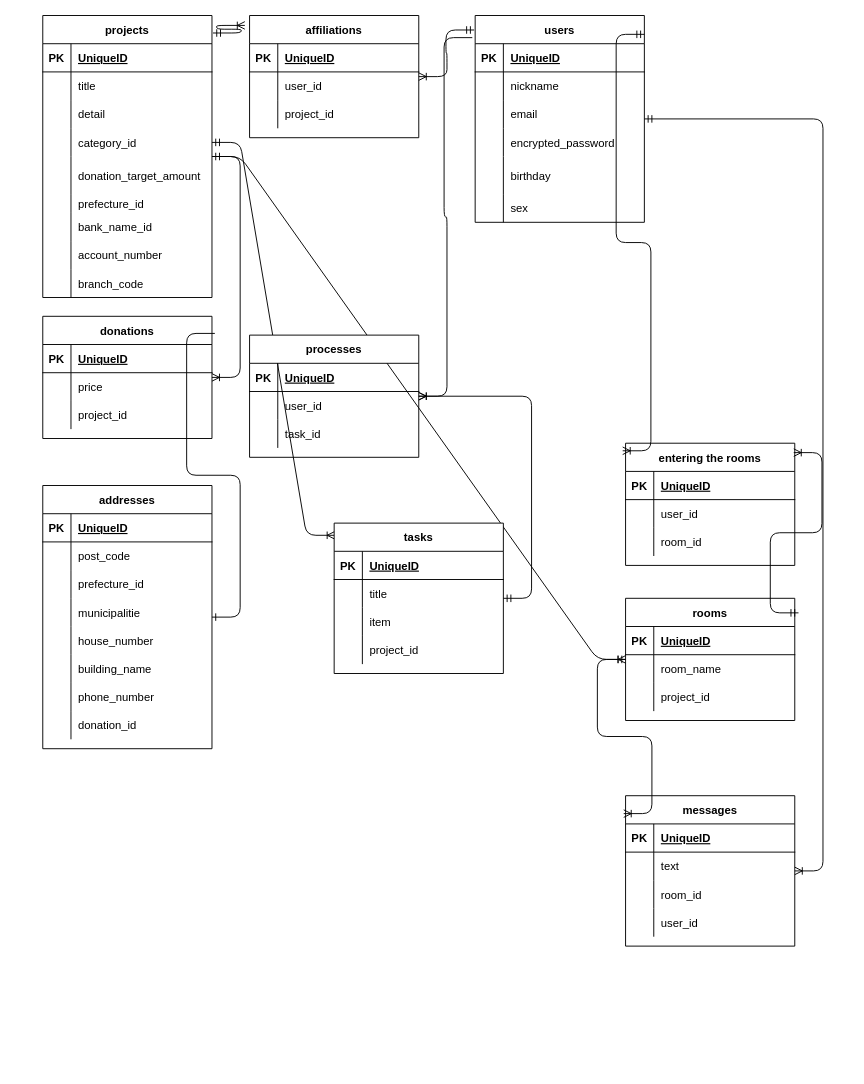
Above: er.dio in akioGitHub/project-app (draw.io), before the change. Source tidied: cells renumbered, new cells numbered last; positions are measured from the earlier drawing's top-left corner, leaving out a move shared by most shapes. Both pictures are drawn from the tidied source at 94%, with x=0, y=0 at pixel (42, 15).
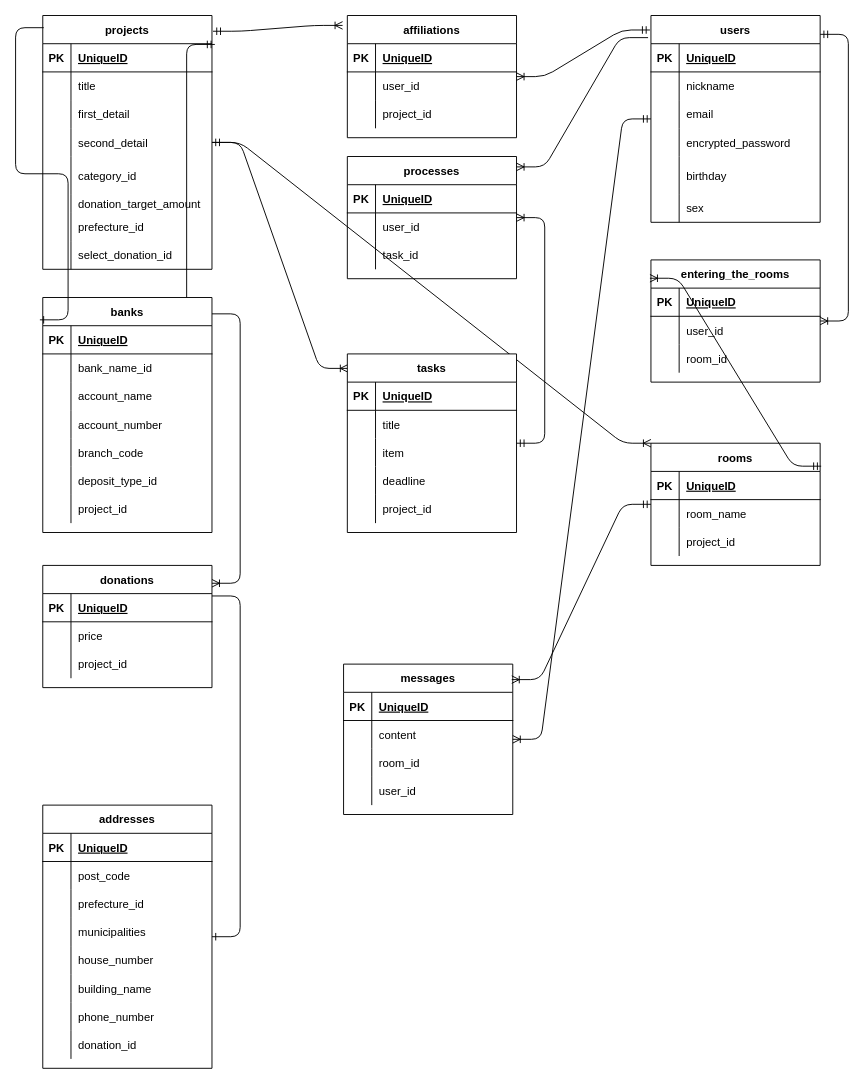
Above is the later version.

The change refers to these unchanged cells:
```xml
<mxCell id="9" style="shape=partialRectangle;fillColor=none;top=0;left=0;bottom=0;right=0;" parent="2" vertex="1">
  <mxGeometry y="90" width="180" height="30" as="geometry" />
</mxCell>
<mxCell id="12" style="shape=partialRectangle;fillColor=none;top=0;left=0;bottom=0;right=0;points=[[0,0.5],[1,0.5]];portConstraint=eastwest;" parent="2" vertex="1">
  <mxGeometry y="120" width="180" height="30" as="geometry" />
</mxCell>
<mxCell id="15" style="shape=partialRectangle;fillColor=none;top=0;left=0;bottom=0;right=0;" parent="2" vertex="1">
  <mxGeometry y="150" width="180" height="40" as="geometry" />
</mxCell>
<mxCell id="18" style="shape=partialRectangle;fillColor=none;top=0;left=0;bottom=0;right=0;" parent="2" vertex="1">
  <mxGeometry y="190" width="180" height="20" as="geometry" />
</mxCell>
<mxCell id="24" style="shape=partialRectangle;fillColor=none;top=0;left=0;bottom=0;right=0;" parent="2" vertex="1">
  <mxGeometry y="240" width="180" height="30" as="geometry" />
</mxCell>
<mxCell id="69" style="shape=partialRectangle;fillColor=none;top=0;left=0;bottom=0;right=0;" parent="59" vertex="1">
  <mxGeometry y="120" width="180" height="30" as="geometry" />
</mxCell>
<mxCell id="88" style="shape=partialRectangle;fillColor=none;top=0;left=0;bottom=0;right=0;" parent="84" vertex="1">
  <mxGeometry y="60" width="180" height="30" as="geometry" />
</mxCell>
<mxCell id="132" style="shape=partialRectangle;fillColor=none;top=0;left=0;bottom=0;right=0;" parent="122" vertex="1">
  <mxGeometry y="120" width="180" height="30" as="geometry" />
</mxCell>
```

Change to the diagram source:
```diff
@@
     <mxCell id="2" value="projects" style="shape=table;startSize=30;childLayout=tableLayout;rowLines=0;fontStyle=1;align=center;" parent="1" vertex="1">
-      <mxGeometry width="180" height="300" as="geometry" />
+      <mxGeometry width="180" height="270" as="geometry" />
     </mxCell>
@@
-    <mxCell id="11" value="detail" style="shape=partialRectangle;fillColor=none;top=0;left=0;bottom=0;right=0;align=left;spacingLeft=6;overflow=hidden;" parent="9" vertex="1">
+    <mxCell id="11" value="first_detail" style="shape=partialRectangle;fillColor=none;top=0;left=0;bottom=0;right=0;align=left;spacingLeft=6;overflow=hidden;" parent="9" vertex="1">
       <mxGeometry x="30" width="150" height="30" as="geometry" />
     </mxCell>
@@
-    <mxCell id="14" value="category_id " style="shape=partialRectangle;fillColor=none;top=0;left=0;bottom=0;right=0;align=left;spacingLeft=6;overflow=hidden;" parent="12" vertex="1">
+    <mxCell id="14" value="second_detail" style="shape=partialRectangle;fillColor=none;top=0;left=0;bottom=0;right=0;align=left;spacingLeft=6;overflow=hidden;" parent="12" vertex="1">
       <mxGeometry x="30" width="150" height="30" as="geometry" />
     </mxCell>
@@
-    <mxCell id="17" value="donation_target_amount " style="shape=partialRectangle;fillColor=none;top=0;left=0;bottom=0;right=0;align=left;spacingLeft=6;overflow=hidden;" parent="15" vertex="1">
+    <mxCell id="17" value="category_id " style="shape=partialRectangle;fillColor=none;top=0;left=0;bottom=0;right=0;align=left;spacingLeft=6;overflow=hidden;" parent="15" vertex="1">
       <mxGeometry x="30" width="150" height="40" as="geometry" />
     </mxCell>
@@
-    <mxCell id="20" value="prefecture_id" style="shape=partialRectangle;fillColor=none;top=0;left=0;bottom=0;right=0;align=left;spacingLeft=6;overflow=hidden;" parent="18" vertex="1">
+    <mxCell id="20" value="donation_target_amount " style="shape=partialRectangle;fillColor=none;top=0;left=0;bottom=0;right=0;align=left;spacingLeft=6;overflow=hidden;" parent="18" vertex="1">
       <mxGeometry x="30" width="150" height="20" as="geometry" />
     </mxCell>
-    <mxCell id="21" style="shape=partialRectangle;fillColor=none;top=0;left=0;bottom=0;right=0;" parent="2" vertex="1">
-      <mxGeometry y="210" width="180" height="30" as="geometry" />
-    </mxCell>
-    <mxCell id="22" style="shape=partialRectangle;fillColor=none;top=0;left=0;bottom=0;right=0;overflow=hidden;" parent="21" vertex="1">
-      <mxGeometry width="30" height="30" as="geometry" />
-    </mxCell>
-    <mxCell id="23" value="bank_name_id" style="shape=partialRectangle;fillColor=none;top=0;left=0;bottom=0;right=0;align=left;spacingLeft=6;overflow=hidden;" parent="21" vertex="1">
-      <mxGeometry x="30" width="150" height="30" as="geometry" />
-    </mxCell>
+    <mxCell id="162" style="shape=partialRectangle;fillColor=none;top=0;left=0;bottom=0;right=0;" parent="2" vertex="1">
+      <mxGeometry y="210" width="180" height="30" as="geometry" />
+    </mxCell>
+    <mxCell id="163" style="shape=partialRectangle;fillColor=none;top=0;left=0;bottom=0;right=0;overflow=hidden;" parent="162" vertex="1">
+      <mxGeometry width="30" height="30" as="geometry" />
+    </mxCell>
+    <mxCell id="164" value="prefecture_id" style="shape=partialRectangle;fillColor=none;top=0;left=0;bottom=0;right=0;align=left;spacingLeft=6;overflow=hidden;" parent="162" vertex="1">
+      <mxGeometry x="30" width="150" height="30" as="geometry" />
+    </mxCell>
@@
-    <mxCell id="25" style="shape=partialRectangle;fillColor=none;top=0;left=0;bottom=0;right=0;overflow=hidden;" parent="24" vertex="1">
-      <mxGeometry width="30" height="30" as="geometry" />
-    </mxCell>
-    <mxCell id="26" value="account_number" style="shape=partialRectangle;fillColor=none;top=0;left=0;bottom=0;right=0;align=left;spacingLeft=6;overflow=hidden;" parent="24" vertex="1">
-      <mxGeometry x="30" width="150" height="30" as="geometry" />
-    </mxCell>
-    <mxCell id="27" style="shape=partialRectangle;fillColor=none;top=0;left=0;bottom=0;right=0;" parent="2" vertex="1">
-      <mxGeometry y="270" width="180" height="30" as="geometry" />
-    </mxCell>
-    <mxCell id="28" style="shape=partialRectangle;fillColor=none;top=0;left=0;bottom=0;right=0;overflow=hidden;" parent="27" vertex="1">
-      <mxGeometry width="30" height="30" as="geometry" />
-    </mxCell>
-    <mxCell id="29" value="branch_code" style="shape=partialRectangle;fillColor=none;top=0;left=0;bottom=0;right=0;align=left;spacingLeft=6;overflow=hidden;" parent="27" vertex="1">
-      <mxGeometry x="30" width="150" height="30" as="geometry" />
-    </mxCell>
+    <mxCell id="165" style="shape=partialRectangle;fillColor=none;top=0;left=0;bottom=0;right=0;overflow=hidden;" parent="24" vertex="1">
+      <mxGeometry width="30" height="30" as="geometry" />
+    </mxCell>
+    <mxCell id="166" value="select_donation_id" style="shape=partialRectangle;fillColor=none;top=0;left=0;bottom=0;right=0;align=left;spacingLeft=6;overflow=hidden;" parent="24" vertex="1">
+      <mxGeometry x="30" width="150" height="30" as="geometry" />
+    </mxCell>
     <mxCell id="30" value="users" style="shape=table;startSize=30;childLayout=tableLayout;rowLines=0;fontStyle=1;align=center;" parent="1" vertex="1">
-      <mxGeometry x="460" width="180" height="220" as="geometry" />
+      <mxGeometry x="647" width="180" height="220" as="geometry" />
     </mxCell>
@@
     <mxCell id="49" value="donations" style="shape=table;startSize=30;childLayout=tableLayout;rowLines=0;fontStyle=1;align=center;" parent="1" vertex="1">
-      <mxGeometry y="320" width="180" height="130" as="geometry" />
+      <mxGeometry y="585" width="180" height="130" as="geometry" />
     </mxCell>
@@
     <mxCell id="59" value="addresses" style="shape=table;startSize=30;childLayout=tableLayout;rowLines=0;fontStyle=1;align=center;" parent="1" vertex="1">
-      <mxGeometry y="500" width="180" height="280" as="geometry" />
+      <mxGeometry y="840" width="180" height="280" as="geometry" />
     </mxCell>
@@
-    <mxCell id="71" value="municipalitie" style="shape=partialRectangle;fillColor=none;top=0;left=0;bottom=0;right=0;align=left;spacingLeft=6;overflow=hidden;" parent="69" vertex="1">
+    <mxCell id="71" value="municipalities" style="shape=partialRectangle;fillColor=none;top=0;left=0;bottom=0;right=0;align=left;spacingLeft=6;overflow=hidden;" parent="69" vertex="1">
       <mxGeometry x="30" width="150" height="30" as="geometry" />
     </mxCell>
@@
     <mxCell id="84" value="messages" style="shape=table;startSize=30;childLayout=tableLayout;rowLines=0;fontStyle=1;align=center;" parent="1" vertex="1">
-      <mxGeometry x="620" y="830" width="180" height="160" as="geometry" />
+      <mxGeometry x="320" y="690" width="180" height="160" as="geometry" />
     </mxCell>
@@
-    <mxCell id="90" value="text" style="shape=partialRectangle;fillColor=none;top=0;left=0;bottom=0;right=0;align=left;spacingLeft=6;overflow=hidden;" parent="88" vertex="1">
+    <mxCell id="90" value="content" style="shape=partialRectangle;fillColor=none;top=0;left=0;bottom=0;right=0;align=left;spacingLeft=6;overflow=hidden;" parent="88" vertex="1">
       <mxGeometry x="30" width="150" height="30" as="geometry" />
     </mxCell>
@@
     <mxCell id="97" value="rooms" style="shape=table;startSize=30;childLayout=tableLayout;rowLines=0;fontStyle=1;align=center;" parent="1" vertex="1">
-      <mxGeometry x="620" y="620" width="180" height="130" as="geometry" />
+      <mxGeometry x="647" y="455" width="180" height="130" as="geometry" />
     </mxCell>
@@
-    <mxCell id="108" style="edgeStyle=entityRelationEdgeStyle;fontSize=12;html=1;endArrow=ERoneToMany;startArrow=ERmandOne;entryX=-0.011;entryY=0.119;entryDx=0;entryDy=0;entryPerimeter=0;" parent="1" edge="1" source="97" target="84">
+    <mxCell id="108" style="edgeStyle=entityRelationEdgeStyle;fontSize=12;html=1;endArrow=ERoneToMany;startArrow=ERmandOne;entryX=0.994;entryY=0.103;entryDx=0;entryDy=0;entryPerimeter=0;" parent="1" edge="1" source="97" target="84">
       <mxGeometry relative="1" as="geometry" />
     </mxCell>
-    <mxCell id="109" style="edgeStyle=entityRelationEdgeStyle;fontSize=12;html=1;endArrow=ERoneToMany;startArrow=none;" parent="1" edge="1" source="2" target="97">
+    <mxCell id="109" style="edgeStyle=entityRelationEdgeStyle;fontSize=12;html=1;endArrow=ERoneToMany;startArrow=none;entryX=0;entryY=0;entryDx=0;entryDy=0;" parent="1" edge="1" source="2" target="97">
       <mxGeometry relative="1" as="geometry" />
     </mxCell>
-    <mxCell id="110" style="edgeStyle=entityRelationEdgeStyle;fontSize=12;html=1;endArrow=ERoneToMany;startArrow=ERmandOne;" parent="1" edge="1" source="2" target="49">
+    <mxCell id="110" style="edgeStyle=entityRelationEdgeStyle;fontSize=12;html=1;endArrow=ERoneToMany;startArrow=ERmandOne;entryX=1;entryY=0.146;entryDx=0;entryDy=0;entryPerimeter=0;exitX=1.017;exitY=0.114;exitDx=0;exitDy=0;exitPerimeter=0;" parent="1" edge="1" source="2" target="49">
       <mxGeometry relative="1" as="geometry" />
     </mxCell>
-    <mxCell id="111" style="edgeStyle=entityRelationEdgeStyle;fontSize=12;html=1;endArrow=ERone;endFill=1;exitX=1.017;exitY=0.14;exitDx=0;exitDy=0;exitPerimeter=0;" parent="1" edge="1" source="49" target="59">
+    <mxCell id="111" style="edgeStyle=entityRelationEdgeStyle;fontSize=12;html=1;endArrow=ERone;endFill=1;exitX=1;exitY=0.25;exitDx=0;exitDy=0;" parent="1" edge="1" source="49" target="59">
       <mxGeometry relative="1" as="geometry" />
     </mxCell>
     <mxCell id="112" value="affiliations" style="shape=table;startSize=30;childLayout=tableLayout;rowLines=0;fontStyle=1;align=center;" parent="1" vertex="1">
-      <mxGeometry x="220" width="180" height="130" as="geometry" />
+      <mxGeometry x="324" width="180" height="130" as="geometry" />
     </mxCell>
@@
     <mxCell id="122" value="tasks" style="shape=table;startSize=30;childLayout=tableLayout;rowLines=0;fontStyle=1;align=center;" parent="1" vertex="1">
-      <mxGeometry x="310" y="540" width="180" height="160" as="geometry" />
+      <mxGeometry x="324" y="360" width="180" height="190" as="geometry" />
     </mxCell>
@@
-    <mxCell id="134" value="project_id" style="shape=partialRectangle;fillColor=none;top=0;left=0;bottom=0;right=0;align=left;spacingLeft=6;overflow=hidden;" parent="132" vertex="1">
+    <mxCell id="134" value="deadline" style="shape=partialRectangle;fillColor=none;top=0;left=0;bottom=0;right=0;align=left;spacingLeft=6;overflow=hidden;" parent="132" vertex="1">
       <mxGeometry x="30" width="150" height="30" as="geometry" />
     </mxCell>
+    <mxCell id="167" style="shape=partialRectangle;fillColor=none;top=0;left=0;bottom=0;right=0;" parent="122" vertex="1">
+      <mxGeometry y="150" width="180" height="30" as="geometry" />
+    </mxCell>
+    <mxCell id="168" style="shape=partialRectangle;fillColor=none;top=0;left=0;bottom=0;right=0;overflow=hidden;" parent="167" vertex="1">
+      <mxGeometry width="30" height="30" as="geometry" />
+    </mxCell>
+    <mxCell id="169" value="project_id" style="shape=partialRectangle;fillColor=none;top=0;left=0;bottom=0;right=0;align=left;spacingLeft=6;overflow=hidden;" parent="167" vertex="1">
+      <mxGeometry x="30" width="150" height="30" as="geometry" />
+    </mxCell>
@@
-    <mxCell id="137" value="entering the rooms" style="shape=table;startSize=30;childLayout=tableLayout;rowLines=0;fontStyle=1;align=center;" parent="1" vertex="1">
-      <mxGeometry x="620" y="455" width="180" height="130" as="geometry" />
+    <mxCell id="137" value="entering_the_rooms" style="shape=table;startSize=30;childLayout=tableLayout;rowLines=0;fontStyle=1;align=center;" parent="1" vertex="1">
+      <mxGeometry x="647" y="260" width="180" height="130" as="geometry" />
     </mxCell>
@@
-    <mxCell id="147" style="edgeStyle=entityRelationEdgeStyle;fontSize=12;html=1;endArrow=ERoneToMany;startArrow=ERmandOne;entryX=0.994;entryY=0.077;entryDx=0;entryDy=0;entryPerimeter=0;exitX=1.022;exitY=0.119;exitDx=0;exitDy=0;exitPerimeter=0;" parent="1" edge="1" source="97" target="137">
+    <mxCell id="147" style="edgeStyle=entityRelationEdgeStyle;fontSize=12;html=1;endArrow=ERoneToMany;startArrow=ERmandOne;exitX=1.006;exitY=0.188;exitDx=0;exitDy=0;exitPerimeter=0;entryX=-0.006;entryY=0.15;entryDx=0;entryDy=0;entryPerimeter=0;" parent="1" edge="1" source="97" target="137">
       <mxGeometry relative="1" as="geometry" />
     </mxCell>
-    <mxCell id="148" style="edgeStyle=entityRelationEdgeStyle;fontSize=12;html=1;endArrow=ERoneToMany;startArrow=ERmandOne;entryX=-0.017;entryY=0.062;entryDx=0;entryDy=0;entryPerimeter=0;exitX=1;exitY=0.091;exitDx=0;exitDy=0;exitPerimeter=0;" parent="1" edge="1" source="30" target="137">
+    <mxCell id="148" style="edgeStyle=entityRelationEdgeStyle;fontSize=12;html=1;endArrow=ERoneToMany;startArrow=ERmandOne;exitX=1;exitY=0.091;exitDx=0;exitDy=0;exitPerimeter=0;" parent="1" edge="1" source="30" target="137">
       <mxGeometry relative="1" as="geometry" />
     </mxCell>
     <mxCell id="149" value="processes" style="shape=table;startSize=30;childLayout=tableLayout;rowLines=0;fontStyle=1;align=center;" parent="1" vertex="1">
-      <mxGeometry x="220" y="340" width="180" height="130" as="geometry" />
+      <mxGeometry x="324" y="150" width="180" height="130" as="geometry" />
     </mxCell>
@@
-    <mxCell id="160" style="edgeStyle=entityRelationEdgeStyle;fontSize=12;html=1;endArrow=ERoneToMany;exitX=-0.017;exitY=0.107;exitDx=0;exitDy=0;exitPerimeter=0;" parent="1" edge="1" source="30" target="149">
+    <mxCell id="160" style="edgeStyle=entityRelationEdgeStyle;fontSize=12;html=1;endArrow=ERoneToMany;exitX=-0.017;exitY=0.107;exitDx=0;exitDy=0;exitPerimeter=0;entryX=1;entryY=0.085;entryDx=0;entryDy=0;entryPerimeter=0;" parent="1" edge="1" source="30" target="149">
       <mxGeometry relative="1" as="geometry" />
     </mxCell>
@@
+    <mxCell id="170" value="banks" style="shape=table;startSize=30;childLayout=tableLayout;rowLines=0;fontStyle=1;align=center;" parent="1" vertex="1">
+      <mxGeometry y="300" width="180" height="250" as="geometry" />
+    </mxCell>
+    <mxCell id="171" style="shape=partialRectangle;fillColor=none;top=0;left=0;bottom=1;right=0;" parent="170" vertex="1">
+      <mxGeometry y="30" width="180" height="30" as="geometry" />
+    </mxCell>
+    <mxCell id="172" value="PK" style="shape=partialRectangle;fillColor=none;top=0;left=0;bottom=0;right=0;fontStyle=1;overflow=hidden;" parent="171" vertex="1">
+      <mxGeometry width="30" height="30" as="geometry" />
+    </mxCell>
+    <mxCell id="173" value="UniqueID" style="shape=partialRectangle;fillColor=none;top=0;left=0;bottom=0;right=0;align=left;spacingLeft=6;fontStyle=5;overflow=hidden;" parent="171" vertex="1">
+      <mxGeometry x="30" width="150" height="30" as="geometry" />
+    </mxCell>
+    <mxCell id="174" style="shape=partialRectangle;fillColor=none;top=0;left=0;bottom=0;right=0;" parent="170" vertex="1">
+      <mxGeometry y="60" width="180" height="30" as="geometry" />
+    </mxCell>
+    <mxCell id="175" style="shape=partialRectangle;fillColor=none;top=0;left=0;bottom=0;right=0;overflow=hidden;" parent="174" vertex="1">
+      <mxGeometry width="30" height="30" as="geometry" />
+    </mxCell>
+    <mxCell id="23" value="bank_name_id" style="shape=partialRectangle;fillColor=none;top=0;left=0;bottom=0;right=0;align=left;spacingLeft=6;overflow=hidden;" parent="174" vertex="1">
+      <mxGeometry x="30" width="150" height="30" as="geometry" />
+    </mxCell>
+    <mxCell id="176" style="shape=partialRectangle;fillColor=none;top=0;left=0;bottom=0;right=0;" parent="170" vertex="1">
+      <mxGeometry y="90" width="180" height="30" as="geometry" />
+    </mxCell>
+    <mxCell id="177" style="shape=partialRectangle;fillColor=none;top=0;left=0;bottom=0;right=0;overflow=hidden;" parent="176" vertex="1">
+      <mxGeometry width="30" height="30" as="geometry" />
+    </mxCell>
+    <mxCell id="178" value="account_name" style="shape=partialRectangle;fillColor=none;top=0;left=0;bottom=0;right=0;align=left;spacingLeft=6;overflow=hidden;" parent="176" vertex="1">
+      <mxGeometry x="30" width="150" height="30" as="geometry" />
+    </mxCell>
+    <mxCell id="179" style="shape=partialRectangle;fillColor=none;top=0;left=0;bottom=0;right=0;" parent="170" vertex="1">
+      <mxGeometry y="120" width="180" height="30" as="geometry" />
+    </mxCell>
+    <mxCell id="180" style="shape=partialRectangle;fillColor=none;top=0;left=0;bottom=0;right=0;overflow=hidden;" parent="179" vertex="1">
+      <mxGeometry width="30" height="30" as="geometry" />
+    </mxCell>
+    <mxCell id="26" value="account_number" style="shape=partialRectangle;fillColor=none;top=0;left=0;bottom=0;right=0;align=left;spacingLeft=6;overflow=hidden;" parent="179" vertex="1">
+      <mxGeometry x="30" width="150" height="30" as="geometry" />
+    </mxCell>
+    <mxCell id="181" style="shape=partialRectangle;fillColor=none;top=0;left=0;bottom=0;right=0;" parent="170" vertex="1">
+      <mxGeometry y="150" width="180" height="30" as="geometry" />
+    </mxCell>
+    <mxCell id="182" style="shape=partialRectangle;fillColor=none;top=0;left=0;bottom=0;right=0;overflow=hidden;" parent="181" vertex="1">
+      <mxGeometry width="30" height="30" as="geometry" />
+    </mxCell>
+    <mxCell id="29" value="branch_code" style="shape=partialRectangle;fillColor=none;top=0;left=0;bottom=0;right=0;align=left;spacingLeft=6;overflow=hidden;" parent="181" vertex="1">
+      <mxGeometry x="30" width="150" height="30" as="geometry" />
+    </mxCell>
+    <mxCell id="183" style="shape=partialRectangle;fillColor=none;top=0;left=0;bottom=0;right=0;" parent="170" vertex="1">
+      <mxGeometry y="180" width="180" height="30" as="geometry" />
+    </mxCell>
+    <mxCell id="184" style="shape=partialRectangle;fillColor=none;top=0;left=0;bottom=0;right=0;overflow=hidden;" parent="183" vertex="1">
+      <mxGeometry width="30" height="30" as="geometry" />
+    </mxCell>
+    <mxCell id="185" value="deposit_type_id" style="shape=partialRectangle;fillColor=none;top=0;left=0;bottom=0;right=0;align=left;spacingLeft=6;overflow=hidden;" parent="183" vertex="1">
+      <mxGeometry x="30" width="150" height="30" as="geometry" />
+    </mxCell>
+    <mxCell id="186" style="shape=partialRectangle;fillColor=none;top=0;left=0;bottom=0;right=0;" parent="170" vertex="1">
+      <mxGeometry y="210" width="180" height="30" as="geometry" />
+    </mxCell>
+    <mxCell id="187" style="shape=partialRectangle;fillColor=none;top=0;left=0;bottom=0;right=0;overflow=hidden;" parent="186" vertex="1">
+      <mxGeometry width="30" height="30" as="geometry" />
+    </mxCell>
+    <mxCell id="188" value="project_id" style="shape=partialRectangle;fillColor=none;top=0;left=0;bottom=0;right=0;align=left;spacingLeft=6;overflow=hidden;" parent="186" vertex="1">
+      <mxGeometry x="30" width="150" height="30" as="geometry" />
+    </mxCell>
+    <mxCell id="189" style="edgeStyle=entityRelationEdgeStyle;fontSize=12;html=1;endArrow=ERone;endFill=1;entryX=-0.017;entryY=0.095;entryDx=0;entryDy=0;entryPerimeter=0;exitX=0.006;exitY=0.048;exitDx=0;exitDy=0;exitPerimeter=0;" parent="1" edge="1" source="2" target="170">
+      <mxGeometry relative="1" as="geometry" />
+    </mxCell>
```
